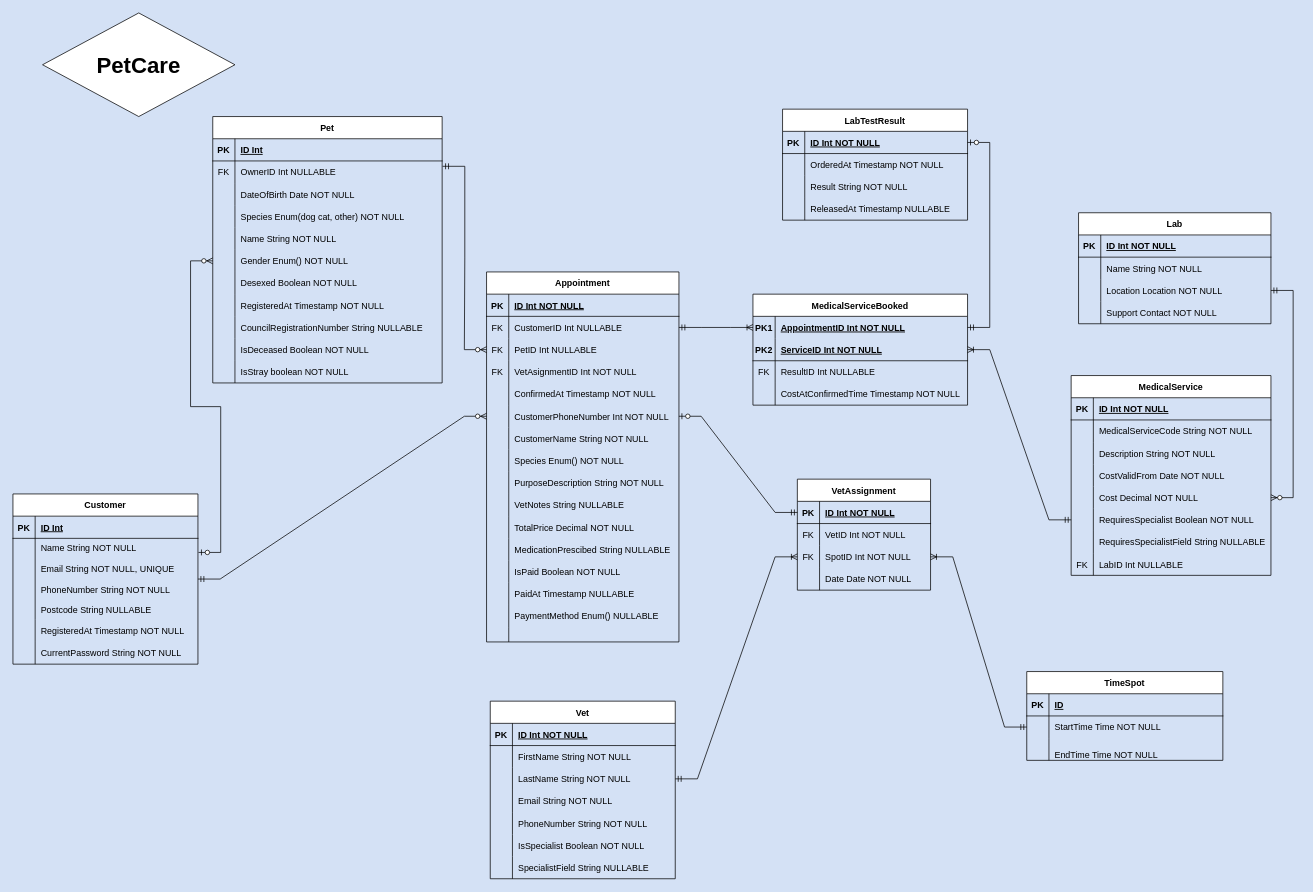
tamminh2003/petCare keeps this draw.io diagram as docs/PetCarERD.drawio. Above is the earlier version. Source tidied: cells renumbered, new cells numbered last; positions are measured from the earlier drawing's top-left corner, leaving out a move shared by most shapes. Both pictures are drawn from the tidied source at 74%, with x=0, y=0 at pixel (13, 13).
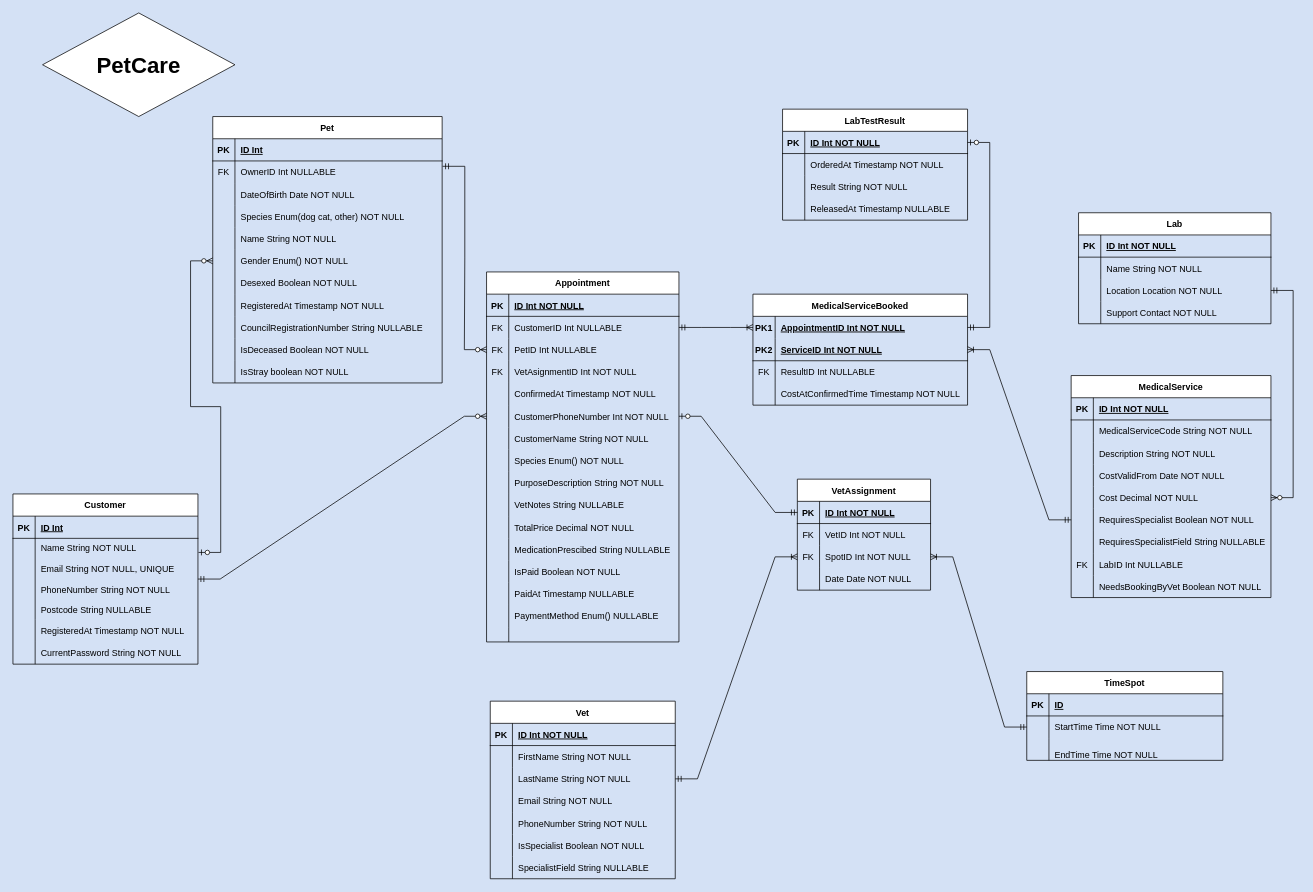
After the change.

What changed in the source:
```diff
@@
     <mxCell id="64" value="MedicalService" style="shape=table;startSize=30;childLayout=tableLayout;rowLines=0;fontStyle=1;align=center;" parent="1" vertex="1">
-      <mxGeometry x="1430" y="490" width="270" height="270" as="geometry" />
+      <mxGeometry x="1430" y="490" width="270" height="300" as="geometry" />
     </mxCell>
@@
+    <mxCell id="218" style="shape=tableRow;horizontal=0;startSize=0;swimlaneHead=0;swimlaneBody=0;fillColor=none;top=0;left=0;right=0;bottom=0;" parent="64" vertex="1">
+      <mxGeometry y="270" width="270" height="30" as="geometry" />
+    </mxCell>
+    <mxCell id="219" style="shape=partialRectangle;fillColor=none;top=0;left=0;bottom=0;right=0;overflow=hidden;" parent="218" vertex="1">
+      <mxGeometry width="30" height="30" as="geometry" />
+    </mxCell>
+    <mxCell id="220" value="NeedsBookingByVet Boolean NOT NULL" style="shape=partialRectangle;fillColor=none;top=0;left=0;bottom=0;right=0;align=left;spacingLeft=6;overflow=hidden;" parent="218" vertex="1">
+      <mxGeometry x="30" width="240" height="30" as="geometry" />
+    </mxCell>
```
